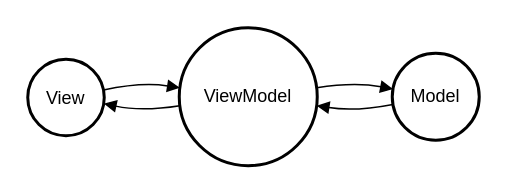
The draw.io diagram 未命名绘图.drawio in Heart-clearing/git-demo, before the edit. Source tidied: cells renumbered, new cells numbered last; positions are measured from the earlier drawing's top-left corner, leaving out a move shared by most shapes. Both pictures are drawn from the tidied source at 150%, with x=0, y=0 at pixel (27, 27).
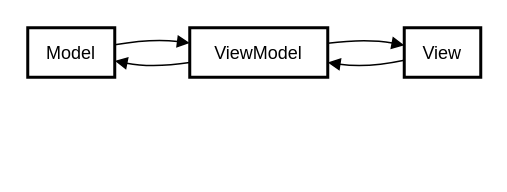
Above is the later version.

Change to the diagram source:
```diff
@@
 <mxGraphModel>
   <root>
     <mxCell id="0" />
     <mxCell id="1" parent="0" />
-    <mxCell id="2" value="View" style="ellipse;strokeWidth=2;whiteSpace=wrap;" parent="1" vertex="1">
-      <mxGeometry y="21" width="51" height="51" as="geometry" />
+    <mxCell id="2" value="Model" style="whiteSpace=wrap;strokeWidth=2;" parent="1" vertex="1">
+      <mxGeometry width="58" height="33" as="geometry" />
     </mxCell>
-    <mxCell id="3" value="ViewModel" style="ellipse;strokeWidth=2;whiteSpace=wrap;" parent="1" vertex="1">
-      <mxGeometry x="101" width="92" height="92" as="geometry" />
+    <mxCell id="3" value="ViewModel" style="whiteSpace=wrap;strokeWidth=2;" parent="1" vertex="1">
+      <mxGeometry x="108" width="92" height="33" as="geometry" />
     </mxCell>
-    <mxCell id="4" value="Model" style="ellipse;strokeWidth=2;whiteSpace=wrap;" parent="1" vertex="1">
-      <mxGeometry x="243" y="17" width="58" height="58" as="geometry" />
+    <mxCell id="4" value="View" style="whiteSpace=wrap;strokeWidth=2;" parent="1" vertex="1">
+      <mxGeometry x="251" width="51" height="33" as="geometry" />
     </mxCell>
-    <mxCell id="5" style="curved=1;startArrow=none;endArrow=block;exitX=0.9999694076238894;exitY=0.3959211178664653;entryX=-0.000016958817191745926;entryY=0.4320717468767105;" parent="1" edge="1" source="2" target="3">
+    <mxCell id="5" style="curved=1;startArrow=none;endArrow=block;exitX=1.003071094381398;exitY=0.3430911320217639;entryX=0.0019361247187075408;entryY=0.30936957541019006;" parent="1" edge="1" source="2" target="3">
       <mxGeometry relative="1" as="geometry">
         <Array as="points">
-          <mxPoint x="76" y="36" />
+          <mxPoint x="83" y="7" />
         </Array>
       </mxGeometry>
     </mxCell>
-    <mxCell id="6" style="curved=1;startArrow=none;endArrow=block;exitX=1.0052309865536897;exitY=0.4320717468767105;entryX=0.008297426947231951;entryY=0.4114381393248156;" parent="1" edge="1" source="3" target="4">
+    <mxCell id="6" style="curved=1;startArrow=none;endArrow=block;exitX=1.007184070089589;exitY=0.30936957541019006;entryX=-0.00664834415211397;entryY=0.35304764506268593;" parent="1" edge="1" source="3" target="4">
       <mxGeometry relative="1" as="geometry">
         <Array as="points">
-          <mxPoint x="218" y="36" />
+          <mxPoint x="226" y="7" />
         </Array>
       </mxGeometry>
     </mxCell>
-    <mxCell id="7" style="curved=1;startArrow=none;endArrow=block;exitX=0.008297426947231951;exitY=0.5968861878152033;entryX=1.0052309865536897;entryY=0.5731761984941709;" parent="1" edge="1" source="4" target="3">
+    <mxCell id="7" style="curved=1;startArrow=none;endArrow=block;exitX=-0.00664834415211397;exitY=0.659073613297281;entryX=1.007184070089589;entryY=0.7027516829497767;" parent="1" edge="1" source="4" target="3">
       <mxGeometry relative="1" as="geometry">
         <Array as="points">
-          <mxPoint x="218" y="56" />
+          <mxPoint x="226" y="27" />
         </Array>
       </mxGeometry>
     </mxCell>
-    <mxCell id="8" style="curved=1;startArrow=none;endArrow=block;exitX=-0.000016958817191745926;exitY=0.5731761984941709;entryX=0.9999694076238894;entryY=0.5939379208417915;" parent="1" edge="1" source="3" target="2">
+    <mxCell id="8" style="curved=1;startArrow=none;endArrow=block;exitX=0.0019361247187075408;exitY=0.7027516829497767;entryX=1.003071094381398;entryY=0.6690301263382029;" parent="1" edge="1" source="3" target="2">
       <mxGeometry relative="1" as="geometry">
         <Array as="points">
-          <mxPoint x="76" y="56" />
+          <mxPoint x="83" y="27" />
         </Array>
       </mxGeometry>
     </mxCell>
   </root>
 </mxGraphModel>
```
